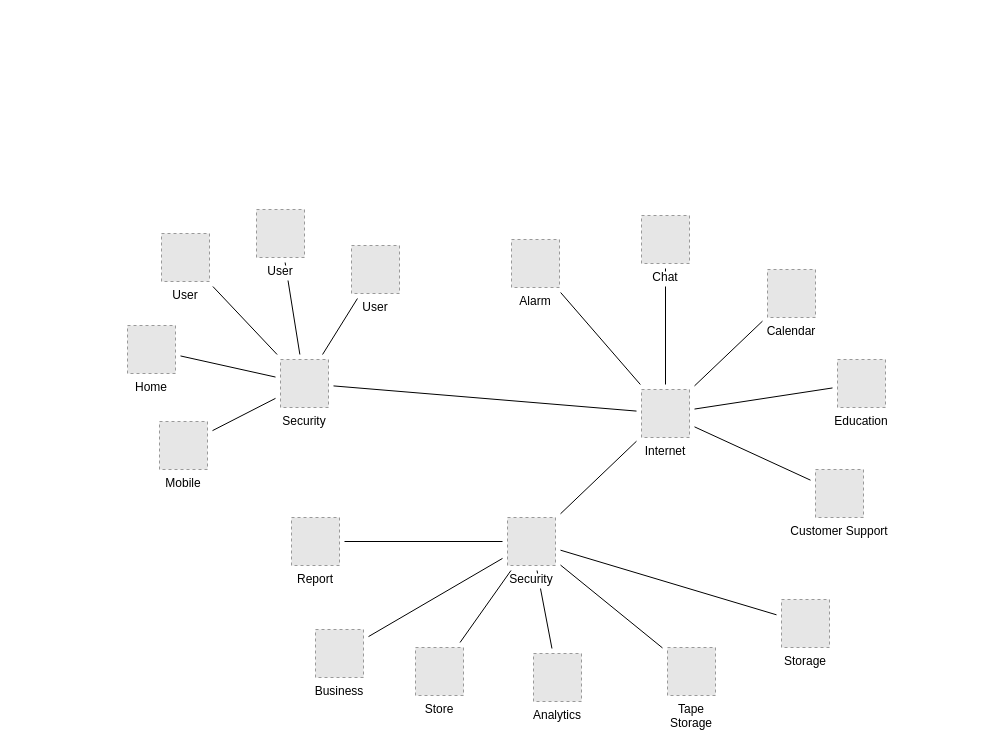
The draw.io diagram Diagramme sans nom.drawio in M0okz/HomeZer, before the edit. Source tidied: cells renumbered, new cells numbered last; positions are measured from the earlier drawing's top-left corner, leaving out a move shared by most shapes. Both pictures are drawn from the tidied source at 100%, with x=0, y=0 at pixel (127, 209). Pictures stored in the file or linked from it are replaced by grey dashed boxes.
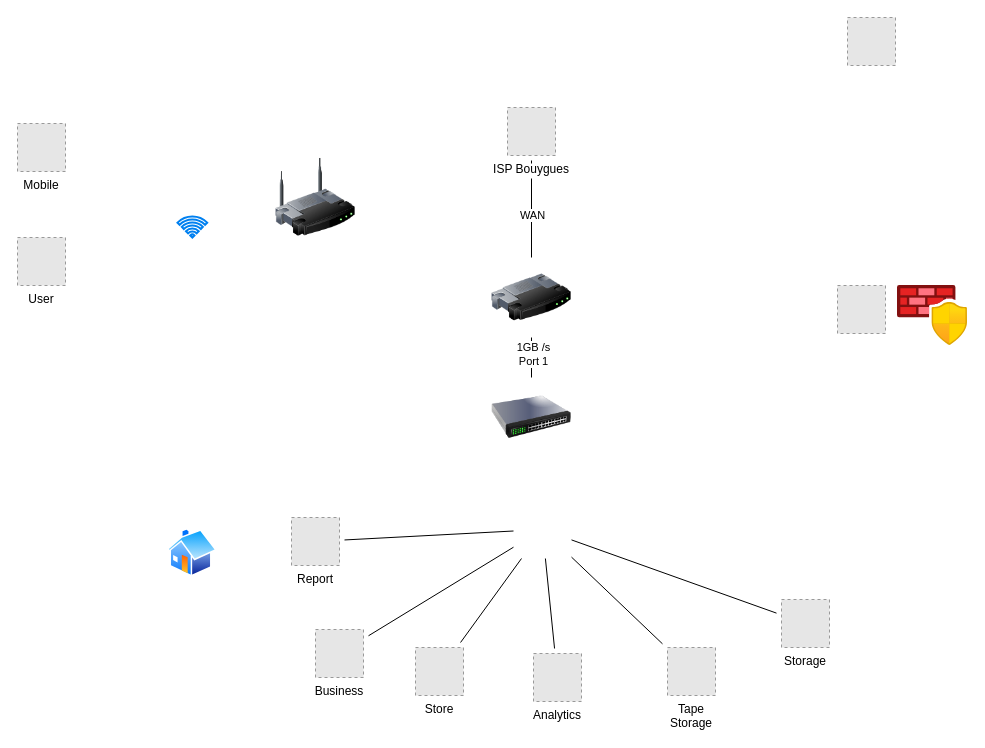
The same page after the edit.

Commit message:
Mettre à jour Diagramme sans nom.drawio

Unchanged cells that the change refers to:
```xml
<mxCell id="20" value="Tape&#10;Storage" style="fillColor=#E6E6E6;strokeColor=#999999;dashed=1;verticalLabelPosition=bottom;verticalAlign=top;labelBackgroundColor=#ffffff;" parent="1" vertex="1">
  <mxGeometry x="540" y="438" width="48" height="48" as="geometry" />
</mxCell>
<mxCell id="27" value="Business" style="fillColor=#E6E6E6;strokeColor=#999999;dashed=1;verticalLabelPosition=bottom;verticalAlign=top;labelBackgroundColor=#ffffff;" parent="1" vertex="1">
  <mxGeometry x="188" y="420" width="48" height="48" as="geometry" />
</mxCell>
<mxCell id="28" value="Report" style="fillColor=#E6E6E6;strokeColor=#999999;dashed=1;verticalLabelPosition=bottom;verticalAlign=top;labelBackgroundColor=#ffffff;" parent="1" vertex="1">
  <mxGeometry x="164" y="308" width="48" height="48" as="geometry" />
</mxCell>
<mxCell id="29" value="Storage" style="fillColor=#E6E6E6;strokeColor=#999999;dashed=1;verticalLabelPosition=bottom;verticalAlign=top;labelBackgroundColor=#ffffff;" parent="1" vertex="1">
  <mxGeometry x="654" y="390" width="48" height="48" as="geometry" />
</mxCell>
<mxCell id="33" value="Analytics" style="fillColor=#E6E6E6;strokeColor=#999999;dashed=1;verticalLabelPosition=bottom;verticalAlign=top;labelBackgroundColor=#ffffff;" parent="1" vertex="1">
  <mxGeometry x="406" y="444" width="48" height="48" as="geometry" />
</mxCell>
<mxCell id="34" value="Store" style="fillColor=#E6E6E6;strokeColor=#999999;dashed=1;verticalLabelPosition=bottom;verticalAlign=top;labelBackgroundColor=#ffffff;" parent="1" vertex="1">
  <mxGeometry x="288" y="438" width="48" height="48" as="geometry" />
</mxCell>
```

Change to the diagram source:
```diff
@@
-    <mxCell id="2" style="edgeStyle=none;rounded=0;jettySize=auto;html=1;sourcePerimeterSpacing=5;endArrow=none;endFill=0;targetPerimeterSpacing=5;" parent="1" edge="1" source="21" target="31">
-      <mxGeometry relative="1" as="geometry" />
-    </mxCell>
-    <mxCell id="3" style="edgeStyle=none;rounded=0;jettySize=auto;html=1;sourcePerimeterSpacing=5;endArrow=none;endFill=0;targetPerimeterSpacing=5;" parent="1" edge="1" source="24" target="31">
-      <mxGeometry relative="1" as="geometry" />
-    </mxCell>
-    <mxCell id="4" style="edgeStyle=none;rounded=0;jettySize=auto;html=1;sourcePerimeterSpacing=5;endArrow=none;endFill=0;targetPerimeterSpacing=5;" parent="1" edge="1" source="30" target="26">
-      <mxGeometry relative="1" as="geometry" />
-    </mxCell>
-    <mxCell id="5" style="edgeStyle=none;rounded=0;jettySize=auto;html=1;sourcePerimeterSpacing=5;endArrow=none;endFill=0;targetPerimeterSpacing=5;" parent="1" edge="1" source="30" target="22">
-      <mxGeometry relative="1" as="geometry" />
-    </mxCell>
-    <mxCell id="6" style="edgeStyle=none;rounded=0;jettySize=auto;html=1;sourcePerimeterSpacing=5;endArrow=none;endFill=0;targetPerimeterSpacing=5;" parent="1" edge="1" source="30" target="32">
-      <mxGeometry relative="1" as="geometry" />
-    </mxCell>
-    <mxCell id="7" style="edgeStyle=none;rounded=0;jettySize=auto;html=1;sourcePerimeterSpacing=5;endArrow=none;endFill=0;targetPerimeterSpacing=5;" parent="1" edge="1" source="30" target="25">
-      <mxGeometry relative="1" as="geometry" />
-    </mxCell>
-    <mxCell id="8" style="edgeStyle=none;rounded=0;jettySize=auto;html=1;sourcePerimeterSpacing=5;endArrow=none;endFill=0;targetPerimeterSpacing=5;" parent="1" edge="1" source="30" target="23">
-      <mxGeometry relative="1" as="geometry" />
-    </mxCell>
-    <mxCell id="9" style="edgeStyle=none;rounded=0;jettySize=auto;html=1;sourcePerimeterSpacing=5;endArrow=none;endFill=0;targetPerimeterSpacing=5;" parent="1" edge="1" source="30" target="38">
+    <mxCell id="9" style="edgeStyle=none;rounded=0;jettySize=auto;html=1;sourcePerimeterSpacing=5;endArrow=none;endFill=0;targetPerimeterSpacing=5;entryX=0.5;entryY=0;entryDx=0;entryDy=0;" parent="1" edge="1" source="30" target="43">
       <mxGeometry relative="1" as="geometry" />
     </mxCell>
-    <mxCell id="10" style="edgeStyle=none;rounded=0;jettySize=auto;html=1;sourcePerimeterSpacing=5;endArrow=none;endFill=0;targetPerimeterSpacing=5;" parent="1" edge="1" source="31" target="30">
-      <mxGeometry relative="1" as="geometry" />
-    </mxCell>
-    <mxCell id="11" style="edgeStyle=none;rounded=0;jettySize=auto;html=1;sourcePerimeterSpacing=5;endArrow=none;endFill=0;targetPerimeterSpacing=5;" parent="1" edge="1" source="35" target="31">
-      <mxGeometry relative="1" as="geometry" />
-    </mxCell>
-    <mxCell id="12" style="rounded=0;jettySize=auto;html=1;endArrow=none;endFill=0;sourcePerimeterSpacing=5;targetPerimeterSpacing=5;" parent="1" edge="1" source="36" target="31">
-      <mxGeometry relative="1" as="geometry" />
-    </mxCell>
-    <mxCell id="13" style="edgeStyle=none;rounded=0;jettySize=auto;html=1;sourcePerimeterSpacing=5;endArrow=none;endFill=0;targetPerimeterSpacing=5;" parent="1" edge="1" source="37" target="31">
-      <mxGeometry relative="1" as="geometry" />
-    </mxCell>
+    <mxCell id="39" value="WAN" style="edgeLabel;html=1;align=center;verticalAlign=middle;" parent="9" vertex="1">
+      <mxGeometry x="0.12" relative="1" as="geometry" />
+    </mxCell>
-    <mxCell id="14" style="edgeStyle=none;rounded=0;jettySize=auto;html=1;sourcePerimeterSpacing=5;endArrow=none;endFill=0;targetPerimeterSpacing=5;" parent="1" edge="1" source="38" target="28">
-      <mxGeometry relative="1" as="geometry" />
+    <mxCell id="14" style="edgeStyle=none;rounded=0;jettySize=auto;html=1;sourcePerimeterSpacing=5;endArrow=none;endFill=0;targetPerimeterSpacing=5;" parent="1" edge="1" target="28">
+      <mxGeometry relative="1" as="geometry">
+        <mxPoint x="386" y="321.5" as="sourcePoint" />
+      </mxGeometry>
     </mxCell>
-    <mxCell id="15" style="edgeStyle=none;rounded=0;jettySize=auto;html=1;sourcePerimeterSpacing=5;endArrow=none;endFill=0;targetPerimeterSpacing=5;" parent="1" edge="1" source="38" target="27">
-      <mxGeometry relative="1" as="geometry" />
+    <mxCell id="15" style="edgeStyle=none;rounded=0;jettySize=auto;html=1;sourcePerimeterSpacing=5;endArrow=none;endFill=0;targetPerimeterSpacing=5;" parent="1" edge="1" target="27">
+      <mxGeometry relative="1" as="geometry">
+        <mxPoint x="386" y="337.7" as="sourcePoint" />
+      </mxGeometry>
     </mxCell>
-    <mxCell id="16" style="edgeStyle=none;rounded=0;jettySize=auto;html=1;sourcePerimeterSpacing=5;endArrow=none;endFill=0;targetPerimeterSpacing=5;" parent="1" edge="1" source="38" target="34">
-      <mxGeometry relative="1" as="geometry" />
+    <mxCell id="16" style="edgeStyle=none;rounded=0;jettySize=auto;html=1;sourcePerimeterSpacing=5;endArrow=none;endFill=0;targetPerimeterSpacing=5;" parent="1" edge="1" target="34">
+      <mxGeometry relative="1" as="geometry">
+        <mxPoint x="394" y="349" as="sourcePoint" />
+      </mxGeometry>
     </mxCell>
-    <mxCell id="17" style="edgeStyle=none;rounded=0;jettySize=auto;html=1;sourcePerimeterSpacing=5;endArrow=none;endFill=0;targetPerimeterSpacing=5;" parent="1" edge="1" source="38" target="33">
-      <mxGeometry relative="1" as="geometry" />
+    <mxCell id="17" style="edgeStyle=none;rounded=0;jettySize=auto;html=1;sourcePerimeterSpacing=5;endArrow=none;endFill=0;targetPerimeterSpacing=5;" parent="1" edge="1" target="33">
+      <mxGeometry relative="1" as="geometry">
+        <mxPoint x="417.9" y="349" as="sourcePoint" />
+      </mxGeometry>
     </mxCell>
-    <mxCell id="18" style="edgeStyle=none;rounded=0;jettySize=auto;html=1;sourcePerimeterSpacing=5;endArrow=none;endFill=0;targetPerimeterSpacing=5;" parent="1" edge="1" source="38" target="20">
-      <mxGeometry relative="1" as="geometry" />
+    <mxCell id="18" style="edgeStyle=none;rounded=0;jettySize=auto;html=1;sourcePerimeterSpacing=5;endArrow=none;endFill=0;targetPerimeterSpacing=5;" parent="1" edge="1" target="20">
+      <mxGeometry relative="1" as="geometry">
+        <mxPoint x="444" y="347.6" as="sourcePoint" />
+      </mxGeometry>
     </mxCell>
-    <mxCell id="19" style="edgeStyle=none;rounded=0;jettySize=auto;html=1;sourcePerimeterSpacing=5;endArrow=none;endFill=0;targetPerimeterSpacing=5;" parent="1" edge="1" source="38" target="29">
-      <mxGeometry relative="1" as="geometry" />
+    <mxCell id="19" style="edgeStyle=none;rounded=0;jettySize=auto;html=1;sourcePerimeterSpacing=5;endArrow=none;endFill=0;targetPerimeterSpacing=5;" parent="1" edge="1" target="29">
+      <mxGeometry relative="1" as="geometry">
+        <mxPoint x="444" y="330.4" as="sourcePoint" />
+      </mxGeometry>
     </mxCell>
@@
     <mxCell id="21" value="Mobile" style="fillColor=#E6E6E6;strokeColor=#999999;dashed=1;verticalLabelPosition=bottom;verticalAlign=top;labelBackgroundColor=#ffffff;" parent="1" vertex="1">
-      <mxGeometry x="32" y="212" width="48" height="48" as="geometry" />
+      <mxGeometry x="-110" y="-86" width="48" height="48" as="geometry" />
     </mxCell>
-    <mxCell id="22" value="Chat" style="fillColor=#E6E6E6;strokeColor=#999999;dashed=1;verticalLabelPosition=bottom;verticalAlign=top;labelBackgroundColor=#ffffff;" parent="1" vertex="1">
-      <mxGeometry x="514" y="6" width="48" height="48" as="geometry" />
-    </mxCell>
-    <mxCell id="23" value="Customer Support" style="fillColor=#E6E6E6;strokeColor=#999999;dashed=1;verticalLabelPosition=bottom;verticalAlign=top;labelBackgroundColor=#ffffff;" parent="1" vertex="1">
-      <mxGeometry x="688" y="260" width="48" height="48" as="geometry" />
-    </mxCell>
-    <mxCell id="24" value="Home" style="fillColor=#E6E6E6;strokeColor=#999999;dashed=1;verticalLabelPosition=bottom;verticalAlign=top;labelBackgroundColor=#ffffff;" parent="1" vertex="1">
-      <mxGeometry y="116" width="48" height="48" as="geometry" />
-    </mxCell>
-    <mxCell id="25" value="Education" style="fillColor=#E6E6E6;strokeColor=#999999;dashed=1;verticalLabelPosition=bottom;verticalAlign=top;labelBackgroundColor=#ffffff;" parent="1" vertex="1">
-      <mxGeometry x="710" y="150" width="48" height="48" as="geometry" />
-    </mxCell>
-    <mxCell id="26" value="Alarm" style="fillColor=#E6E6E6;strokeColor=#999999;dashed=1;verticalLabelPosition=bottom;verticalAlign=top;labelBackgroundColor=#ffffff;" parent="1" vertex="1">
-      <mxGeometry x="384" y="30" width="48" height="48" as="geometry" />
-    </mxCell>
@@
-    <mxCell id="30" value="Internet" style="fillColor=#E6E6E6;strokeColor=#999999;dashed=1;verticalLabelPosition=bottom;verticalAlign=top;labelBackgroundColor=#ffffff;" parent="1" vertex="1">
-      <mxGeometry x="514" y="180" width="48" height="48" as="geometry" />
+    <mxCell id="30" value="ISP Bouygues" style="fillColor=#E6E6E6;strokeColor=#999999;dashed=1;verticalLabelPosition=bottom;verticalAlign=top;labelBackgroundColor=#ffffff;" parent="1" vertex="1">
+      <mxGeometry x="380" y="-102" width="48" height="48" as="geometry" />
     </mxCell>
-    <mxCell id="31" value="Security" style="fillColor=#E6E6E6;strokeColor=#999999;dashed=1;verticalLabelPosition=bottom;verticalAlign=top;labelBackgroundColor=#ffffff;" parent="1" vertex="1">
-      <mxGeometry x="153" y="150" width="48" height="48" as="geometry" />
-    </mxCell>
-    <mxCell id="32" value="Calendar" style="fillColor=#E6E6E6;strokeColor=#999999;dashed=1;verticalLabelPosition=bottom;verticalAlign=top;labelBackgroundColor=#ffffff;" parent="1" vertex="1">
-      <mxGeometry x="640" y="60" width="48" height="48" as="geometry" />
-    </mxCell>
@@
     <mxCell id="35" value="User" style="fillColor=#E6E6E6;strokeColor=#999999;dashed=1;verticalLabelPosition=bottom;verticalAlign=top;labelBackgroundColor=#ffffff;" parent="1" vertex="1">
-      <mxGeometry x="34" y="24" width="48" height="48" as="geometry" />
+      <mxGeometry x="-110" y="28" width="48" height="48" as="geometry" />
     </mxCell>
-    <mxCell id="36" value="User" style="fillColor=#E6E6E6;strokeColor=#999999;dashed=1;verticalLabelPosition=bottom;verticalAlign=top;labelBackgroundColor=#ffffff;" parent="1" vertex="1">
-      <mxGeometry x="224" y="36" width="48" height="48" as="geometry" />
-    </mxCell>
-    <mxCell id="37" value="User" style="fillColor=#E6E6E6;strokeColor=#999999;dashed=1;verticalLabelPosition=bottom;verticalAlign=top;labelBackgroundColor=#ffffff;" parent="1" vertex="1">
-      <mxGeometry x="129" width="48" height="48" as="geometry" />
-    </mxCell>
-    <mxCell id="38" value="Security" style="fillColor=#E6E6E6;strokeColor=#999999;dashed=1;verticalLabelPosition=bottom;verticalAlign=top;labelBackgroundColor=#ffffff;" parent="1" vertex="1">
-      <mxGeometry x="380" y="308" width="48" height="48" as="geometry" />
-    </mxCell>
+    <mxCell id="40" style="image;html=1;align=center;fontSize=12;image=img/lib/azure2/networking/Azure_Firewall_Manager.svg;" parent="1" vertex="1">
+      <mxGeometry x="770" y="76" width="70" height="60" as="geometry" />
+    </mxCell>
+    <mxCell id="41" style="edgeStyle=orthogonalEdgeStyle;rounded=0;jettySize=auto;html=1;exitX=0.5;exitY=1;exitDx=0;exitDy=0;endArrow=none;endFill=0;" parent="1" edge="1" source="43" target="44">
+      <mxGeometry relative="1" as="geometry" />
+    </mxCell>
+    <mxCell id="42" value="1GB /s&lt;br&gt;Port 1" style="edgeLabel;html=1;align=center;verticalAlign=middle;" parent="41" vertex="1">
+      <mxGeometry x="-0.19" y="1" relative="1" as="geometry" />
+    </mxCell>
+    <mxCell id="43" style="image;html=1;image=img/lib/clip_art/networking/Router_128x128.png;" parent="1" vertex="1">
+      <mxGeometry x="364" y="48" width="80" height="80" as="geometry" />
+    </mxCell>
+    <mxCell id="44" style="image;html=1;image=img/lib/clip_art/networking/Switch_128x128.png;" parent="1" vertex="1">
+      <mxGeometry x="364" y="168" width="80" height="80" as="geometry" />
+    </mxCell>
+    <mxCell id="45" style="image;html=1;image=img/lib/clip_art/networking/Wireless_Router_128x128.png;" parent="1" vertex="1">
+      <mxGeometry x="148" y="-52" width="80" height="80" as="geometry" />
+    </mxCell>
+    <mxCell id="46" style="html=1;verticalLabelPosition=bottom;align=center;labelBackgroundColor=#ffffff;verticalAlign=top;strokeWidth=2;strokeColor=#0080F0;shadow=0;dashed=0;shape=mxgraph.ios7.icons.wifi;" parent="1" vertex="1">
+      <mxGeometry x="50" y="7" width="29.7" height="21" as="geometry" />
+    </mxCell>
+    <mxCell id="47" style="image;perimeter=ellipsePerimeter;html=1;align=center;shadow=0;dashed=0;spacingTop=3;image=img/lib/active_directory/home.svg;" parent="1" vertex="1">
+      <mxGeometry x="39.9" y="319" width="50" height="48.5" as="geometry" />
+    </mxCell>
+    <mxCell id="48" style="fillColor=#E6E6E6;strokeColor=#999999;dashed=1;verticalLabelPosition=bottom;verticalAlign=top;" parent="1" vertex="1">
+      <mxGeometry x="710" y="76" width="48" height="48" as="geometry" />
+    </mxCell>
+    <mxCell id="49" style="fillColor=#E6E6E6;strokeColor=#999999;dashed=1;verticalLabelPosition=bottom;verticalAlign=top;" parent="1" vertex="1">
+      <mxGeometry x="720" y="-192" width="48" height="48" as="geometry" />
+    </mxCell>
```
